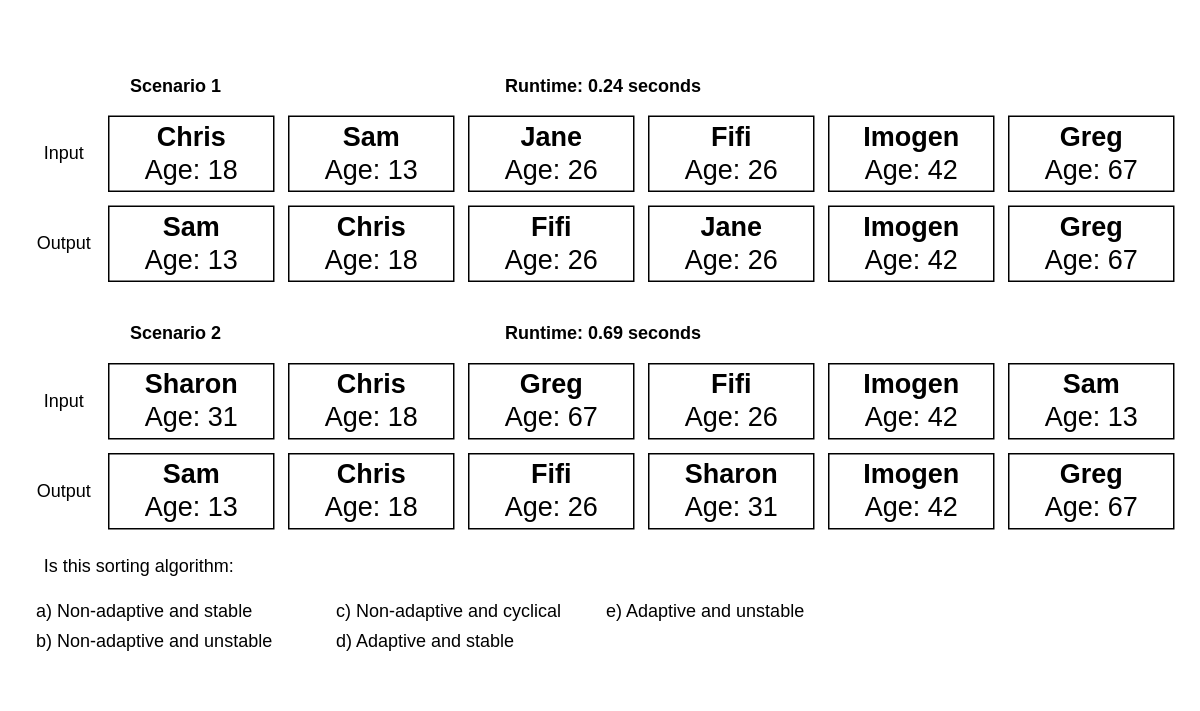
Before: Untitled Diagram.drawio in Qantas94Heavy/COMP2521-20T3, a draw.io diagram. Source tidied: cells renumbered, new cells numbered last; positions are measured from the earlier drawing's top-left corner, leaving out a move shared by most shapes. Both pictures are drawn from the tidied source at 150%, with x=0, y=0 at pixel (26, 70).
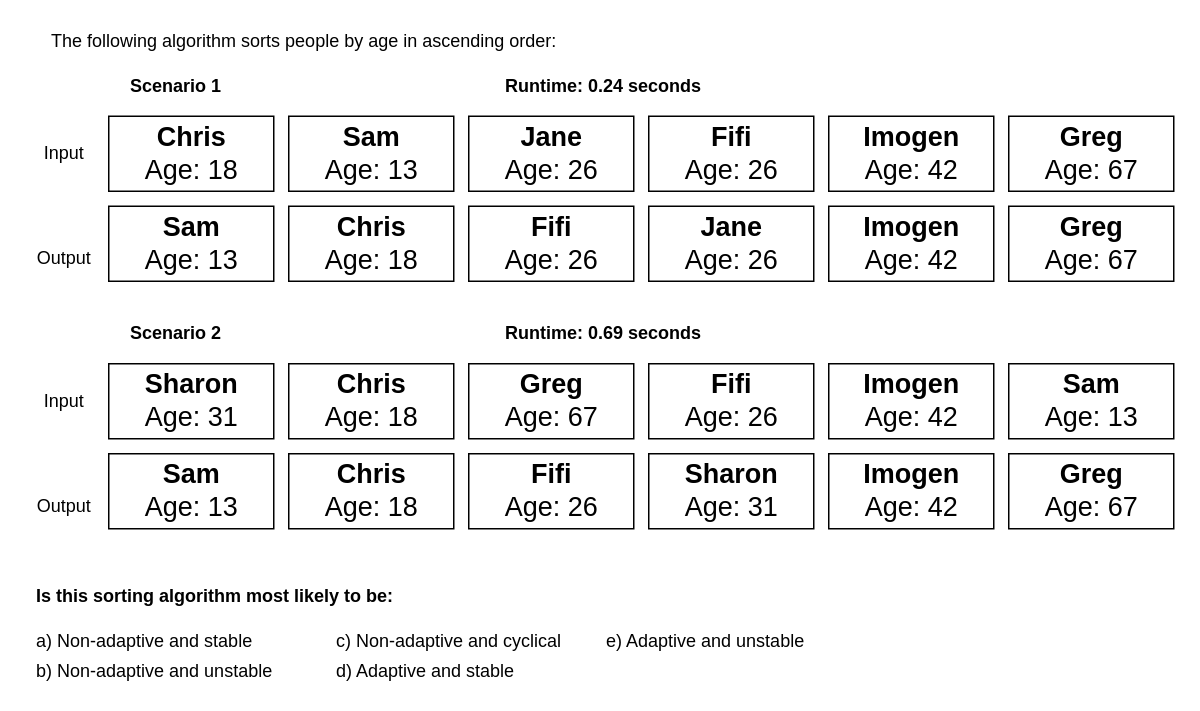
The same page after the edit.

What changed in the source:
```diff
@@
     <mxCell id="31" value="Output" style="text;html=1;align=center;verticalAlign=middle;" parent="1" vertex="1">
-      <mxGeometry y="105" width="50" height="20" as="geometry" />
+      <mxGeometry y="115" width="50" height="20" as="geometry" />
     </mxCell>
     <mxCell id="32" value="Output" style="text;html=1;align=center;verticalAlign=middle;" parent="1" vertex="1">
-      <mxGeometry y="270" width="50" height="20" as="geometry" />
+      <mxGeometry y="280" width="50" height="20" as="geometry" />
     </mxCell>
@@
-    <mxCell id="34" value="Is this sorting algorithm:" style="text;html=1;align=center;verticalAlign=middle;" parent="1" vertex="1">
-      <mxGeometry x="5" y="320" width="140" height="20" as="geometry" />
+    <mxCell id="34" value="&lt;b&gt;Is this sorting algorithm most likely to be:&lt;/b&gt;" style="text;html=1;align=left;verticalAlign=middle;" parent="1" vertex="1">
+      <mxGeometry x="5" y="340" width="250" height="20" as="geometry" />
     </mxCell>
     <mxCell id="35" value="a) Non-adaptive and stable" style="text;html=1;align=left;verticalAlign=middle;" parent="1" vertex="1">
-      <mxGeometry x="5" y="350" width="160" height="20" as="geometry" />
+      <mxGeometry x="5" y="370" width="160" height="20" as="geometry" />
     </mxCell>
     <mxCell id="36" value="b) Non-adaptive and unstable" style="text;html=1;align=left;verticalAlign=middle;" parent="1" vertex="1">
-      <mxGeometry x="5" y="370" width="170" height="20" as="geometry" />
+      <mxGeometry x="5" y="390" width="170" height="20" as="geometry" />
     </mxCell>
     <mxCell id="37" value="c) Non-adaptive and cyclical" style="text;html=1;align=left;verticalAlign=middle;" parent="1" vertex="1">
-      <mxGeometry x="205" y="350" width="170" height="20" as="geometry" />
+      <mxGeometry x="205" y="370" width="170" height="20" as="geometry" />
     </mxCell>
     <mxCell id="38" value="d) Adaptive and stable" style="text;html=1;align=left;verticalAlign=middle;" parent="1" vertex="1">
-      <mxGeometry x="205" y="370" width="130" height="20" as="geometry" />
+      <mxGeometry x="205" y="390" width="130" height="20" as="geometry" />
     </mxCell>
     <mxCell id="39" value="e) Adaptive and unstable" style="text;html=1;align=left;verticalAlign=middle;" parent="1" vertex="1">
-      <mxGeometry x="385" y="350" width="150" height="20" as="geometry" />
+      <mxGeometry x="385" y="370" width="150" height="20" as="geometry" />
     </mxCell>
+    <mxCell id="40" value="The following algorithm sorts people by age in ascending order:" style="text;html=1;align=left;verticalAlign=middle;" parent="1" vertex="1">
+      <mxGeometry x="15" y="-30" width="350" height="20" as="geometry" />
+    </mxCell>
```
